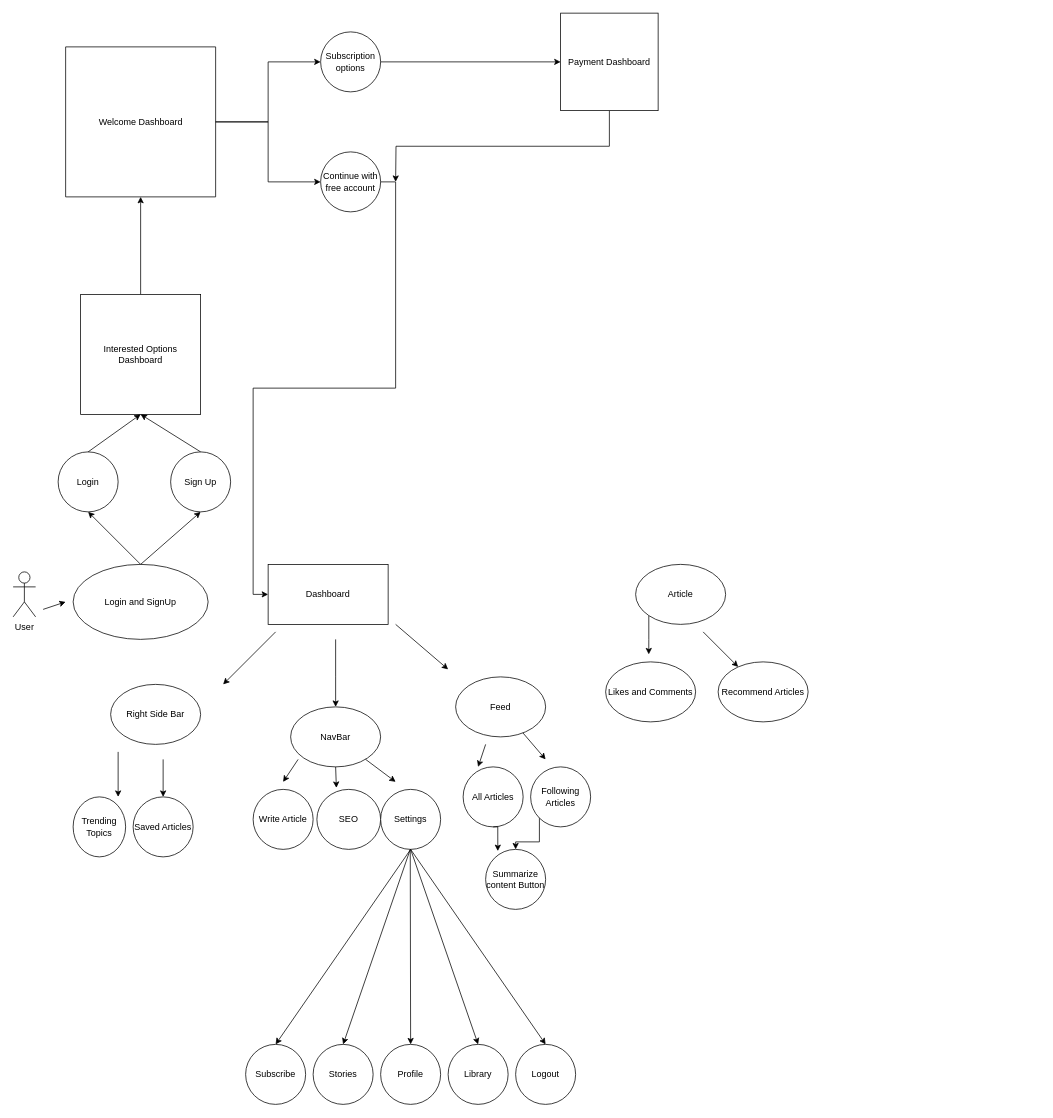
Earlier version of the draw.io diagram Untitled Diagram.drawio (dhanush77777/MindScribe). Source tidied: cells renumbered, new cells numbered last; positions are measured from the earlier drawing's top-left corner, leaving out a move shared by most shapes. Both pictures are drawn from the tidied source at 75%, with x=0, y=0 at pixel (13, 13).
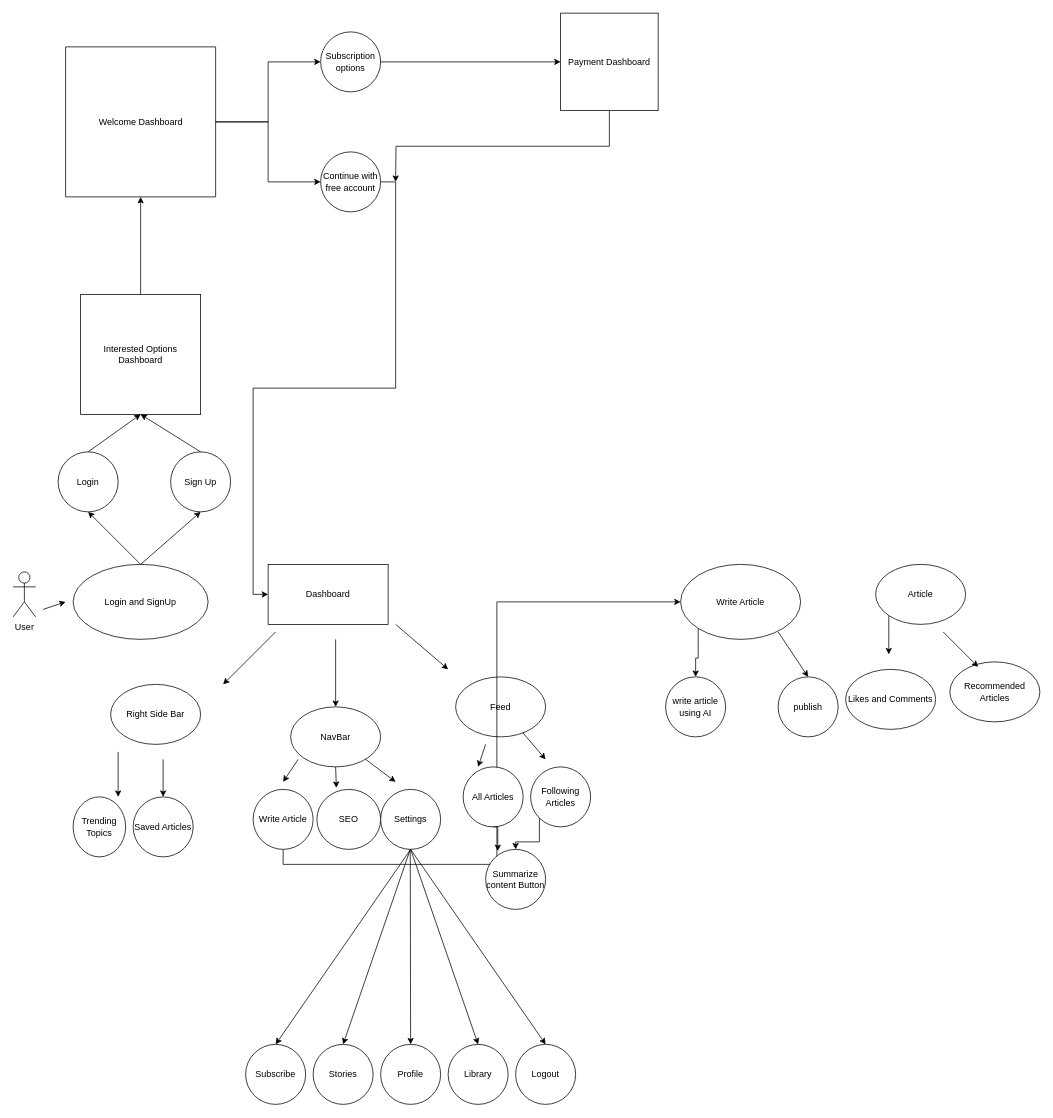
After the change.

The change refers to these unchanged cells:
```xml
<mxCell id="19" value="Write Article" style="ellipse;whiteSpace=wrap;html=1;" parent="1" vertex="1">
  <mxGeometry x="320" y="1035" width="80" height="80" as="geometry" />
</mxCell>
```

The edit, as a diff of the source:
```diff
@@
+    <mxCell id="65" style="edgeStyle=orthogonalEdgeStyle;rounded=0;jettySize=auto;html=1;exitX=0.5;exitY=1;exitDx=0;exitDy=0;entryX=0;entryY=0.5;entryDx=0;entryDy=0;" parent="1" edge="1" source="19" target="67">
+      <mxGeometry relative="1" as="geometry" />
+    </mxCell>
@@
+    <mxCell id="66" style="edgeStyle=orthogonalEdgeStyle;rounded=0;jettySize=auto;html=1;exitX=0;exitY=1;exitDx=0;exitDy=0;entryX=0.5;entryY=0;entryDx=0;entryDy=0;" parent="1" edge="1" source="67" target="68">
+      <mxGeometry relative="1" as="geometry" />
+    </mxCell>
+    <mxCell id="67" value="Write Article" style="ellipse;whiteSpace=wrap;html=1;" parent="1" vertex="1">
+      <mxGeometry x="890" y="735" width="160" height="100" as="geometry" />
+    </mxCell>
     <mxCell id="48" style="edgeStyle=orthogonalEdgeStyle;rounded=0;jettySize=auto;html=1;exitX=0;exitY=1;exitDx=0;exitDy=0;" parent="1" edge="1" source="49">
       <mxGeometry relative="1" as="geometry">
-        <mxPoint x="847.5" y="855" as="targetPoint" />
+        <mxPoint x="1167.5" y="855" as="targetPoint" />
       </mxGeometry>
     </mxCell>
+    <mxCell id="68" value="write article using AI" style="ellipse;whiteSpace=wrap;html=1;" parent="1" vertex="1">
+      <mxGeometry x="870" y="885" width="80" height="80" as="geometry" />
+    </mxCell>
     <mxCell id="49" value="Article" style="ellipse;whiteSpace=wrap;html=1;" parent="1" vertex="1">
-      <mxGeometry x="830" y="735" width="120" height="80" as="geometry" />
+      <mxGeometry x="1150" y="735" width="120" height="80" as="geometry" />
     </mxCell>
+    <mxCell id="69" value="publish" style="ellipse;whiteSpace=wrap;html=1;" parent="1" vertex="1">
+      <mxGeometry x="1020" y="885" width="80" height="80" as="geometry" />
+    </mxCell>
@@
     <mxCell id="51" value="Likes and Comments" style="ellipse;whiteSpace=wrap;html=1;" parent="1" vertex="1">
-      <mxGeometry x="790" y="865" width="120" height="80" as="geometry" />
+      <mxGeometry x="1110" y="875" width="120" height="80" as="geometry" />
     </mxCell>
+    <mxCell id="70" style="endArrow=classic;html=1;rounded=0;entryX=0.5;entryY=0;entryDx=0;entryDy=0;" parent="1" edge="1" target="69">
+      <mxGeometry relative="1" as="geometry">
+        <mxPoint x="1020" y="825" as="sourcePoint" />
+      </mxGeometry>
+    </mxCell>
@@
-    <mxCell id="53" value="Recommend Articles" style="ellipse;whiteSpace=wrap;html=1;" parent="1" vertex="1">
-      <mxGeometry x="940" y="865" width="120" height="80" as="geometry" />
+    <mxCell id="53" value="Recommended Articles" style="ellipse;whiteSpace=wrap;html=1;" parent="1" vertex="1">
+      <mxGeometry x="1249" y="865" width="120" height="80" as="geometry" />
     </mxCell>
@@
-    <mxCell id="59" style="endArrow=classic;html=1;rounded=0;" parent="1" edge="1" target="53">
+    <mxCell id="59" style="endArrow=classic;html=1;rounded=0;" parent="1" edge="1">
       <mxGeometry relative="1" as="geometry">
-        <mxPoint x="920" y="825" as="sourcePoint" />
+        <mxPoint x="1240" y="825" as="sourcePoint" />
+        <mxPoint x="1286.7" y="871.7" as="targetPoint" />
       </mxGeometry>
     </mxCell>
```
